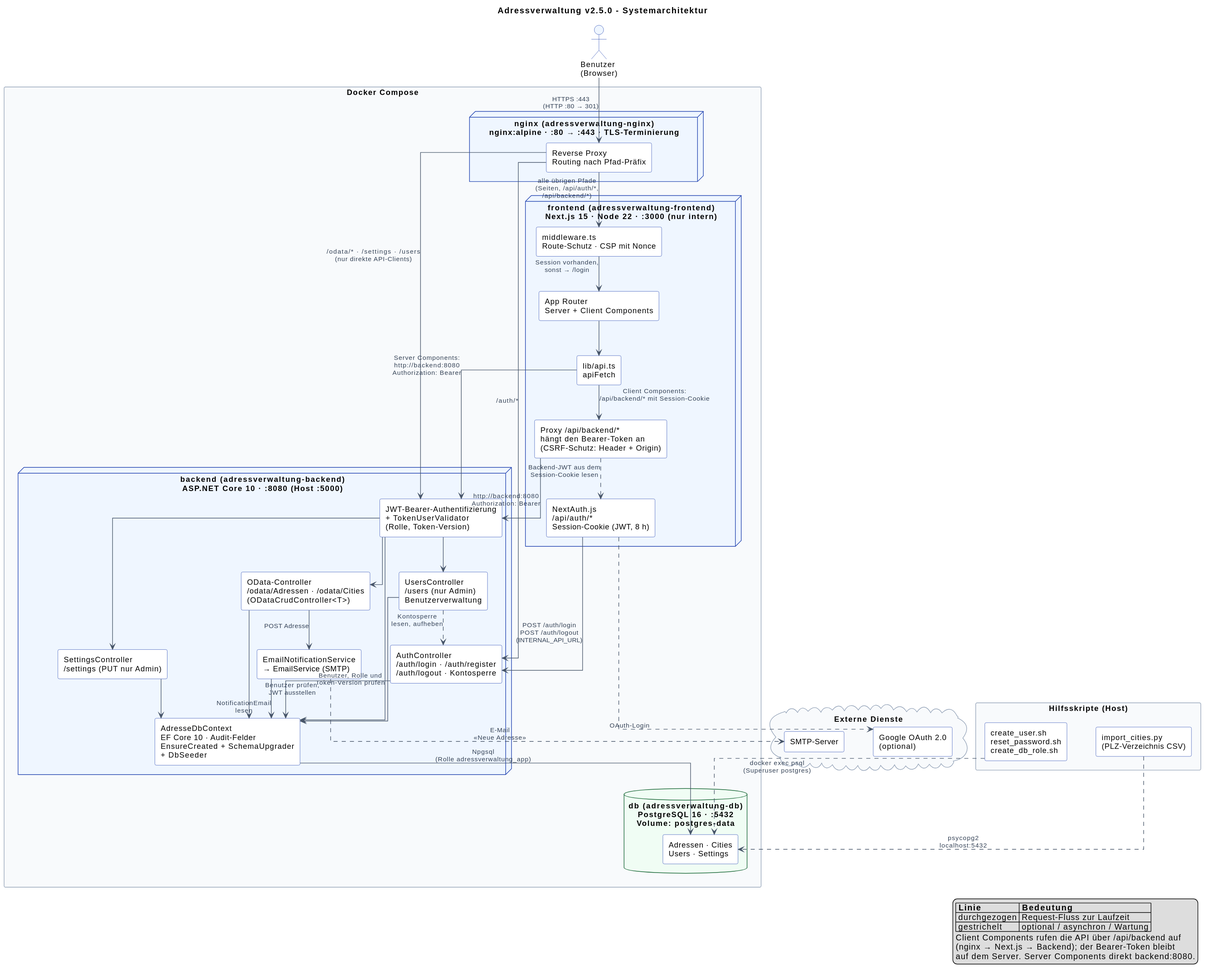
The PlantUML diagram documentation/Systemarchitektur.svg in erich3019/adressverwaltung, before a commit.
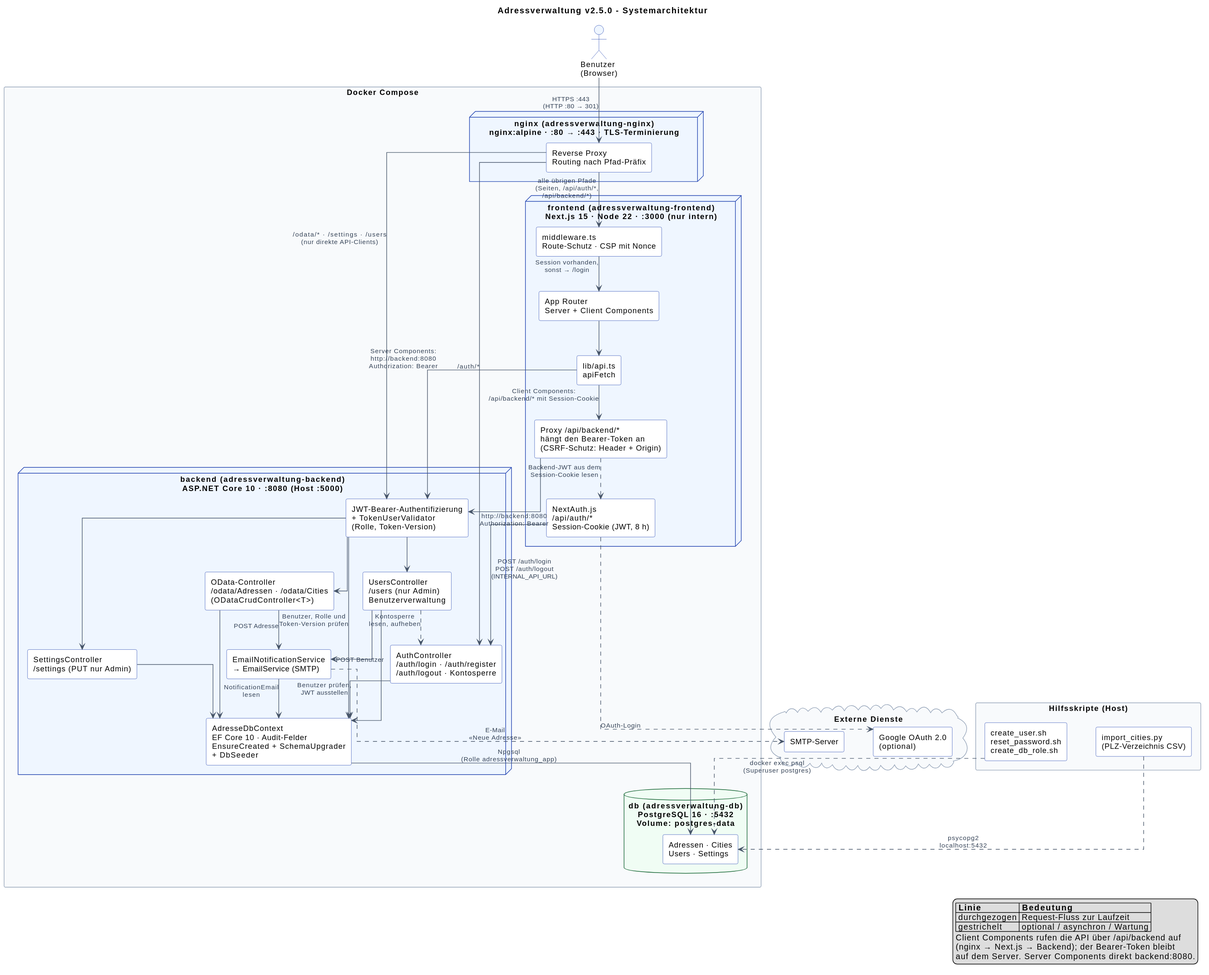
Later version of the same file.

Change to the diagram source:
```diff
@@ -103,6 +103,7 @@
 settingsc --> dbctx
 usersc --> dbctx
 usersc ..> authc : Kontosperre\nlesen, aufheben
+usersc --> notify : POST Benutzer
 authc --> dbctx : Benutzer prüfen,\nJWT ausstellen
 notify --> dbctx : NotificationEmail\nlesen
 notify ..> smtp : E-Mail\n«Neue Adresse»
```
